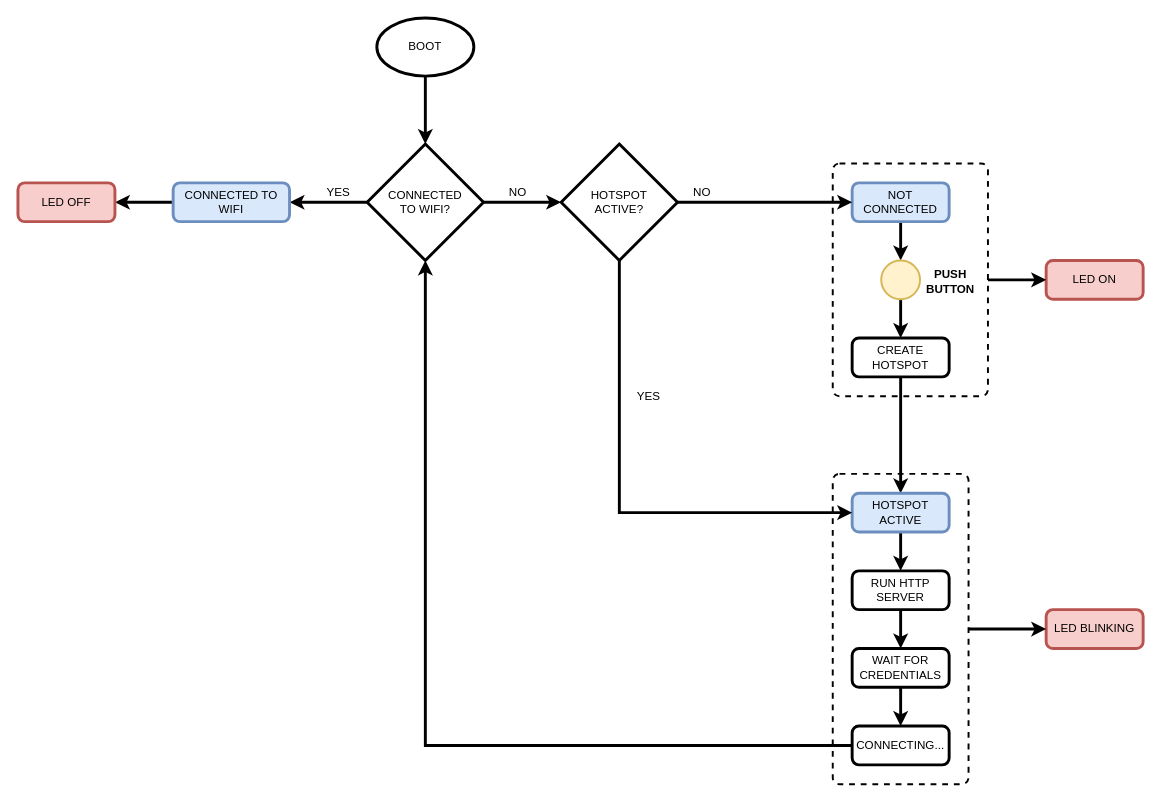
This is network_schema.drawio from leminrock/doc, a draw.io file, before an edit. Source tidied: cells renumbered, new cells numbered last; positions are measured from the earlier drawing's top-left corner, leaving out a move shared by most shapes. Both pictures are drawn from the tidied source at 97%, with x=0, y=0 at pixel (17, 17).
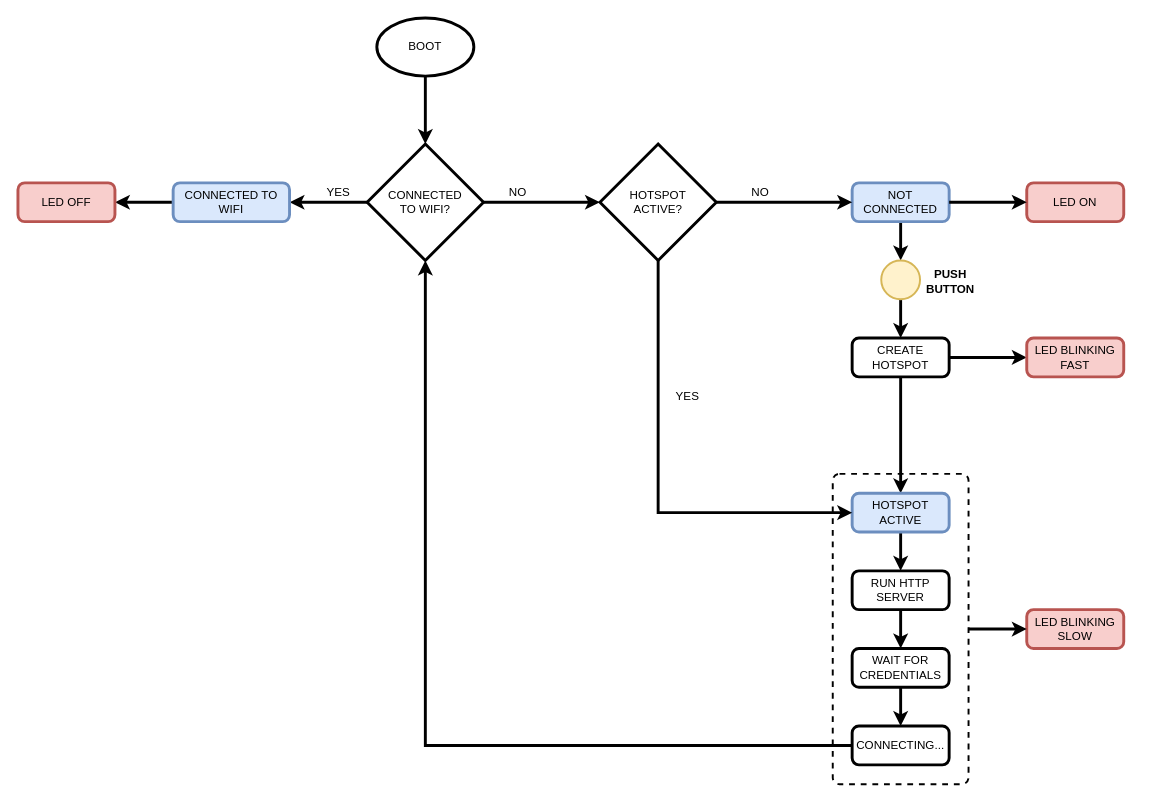
Above is the later version.

Unchanged cells that the change refers to:
```xml
<mxCell id="8" value="NOT CONNECTED" style="rounded=1;whiteSpace=wrap;html=1;absoluteArcSize=1;arcSize=14;strokeWidth=3;fillColor=#dae8fc;strokeColor=#6c8ebf;" parent="1" vertex="1">
  <mxGeometry x="860" y="170" width="100" height="40" as="geometry" />
</mxCell>
<mxCell id="13" value="CREATE HOTSPOT" style="rounded=1;whiteSpace=wrap;html=1;absoluteArcSize=1;arcSize=14;strokeWidth=3;" parent="1" vertex="1">
  <mxGeometry x="860" y="330" width="100" height="40" as="geometry" />
</mxCell>
```

Diff of the diagram source:
```diff
@@
-    <mxCell id="2" style="rounded=1;whiteSpace=wrap;html=1;absoluteArcSize=1;arcSize=14;strokeWidth=2;fillColor=none;dashed=1;" parent="1" vertex="1">
-      <mxGeometry x="840" y="150" width="160" height="240" as="geometry" />
-    </mxCell>
@@
     <mxCell id="11" value="LED ON" style="rounded=1;whiteSpace=wrap;html=1;absoluteArcSize=1;arcSize=14;strokeWidth=3;fillColor=#f8cecc;strokeColor=#b85450;" parent="1" vertex="1">
-      <mxGeometry x="1060" y="250" width="100" height="40" as="geometry" />
+      <mxGeometry x="1040" y="170" width="100" height="40" as="geometry" />
     </mxCell>
@@
+    <mxCell id="38" style="edgeStyle=orthogonalEdgeStyle;rounded=0;jettySize=auto;html=1;entryX=0;entryY=0.5;entryDx=0;entryDy=0;strokeWidth=3;" parent="1" edge="1" source="13" target="39">
+      <mxGeometry relative="1" as="geometry" />
+    </mxCell>
@@
-    <mxCell id="16" value="LED BLINKING" style="rounded=1;whiteSpace=wrap;html=1;absoluteArcSize=1;arcSize=14;strokeWidth=3;fillColor=#f8cecc;strokeColor=#b85450;" parent="1" vertex="1">
-      <mxGeometry x="1060" y="610" width="100" height="40" as="geometry" />
+    <mxCell id="16" value="LED BLINKING&lt;br&gt;SLOW" style="rounded=1;whiteSpace=wrap;html=1;absoluteArcSize=1;arcSize=14;strokeWidth=3;fillColor=#f8cecc;strokeColor=#b85450;" parent="1" vertex="1">
+      <mxGeometry x="1040" y="610" width="100" height="40" as="geometry" />
     </mxCell>
@@
     <mxCell id="28" value="HOTSPOT&lt;br&gt;ACTIVE?" style="strokeWidth=3;html=1;shape=mxgraph.flowchart.decision;whiteSpace=wrap;" parent="1" vertex="1">
-      <mxGeometry x="560" y="130" width="120" height="120" as="geometry" />
+      <mxGeometry x="600" y="130" width="120" height="120" as="geometry" />
     </mxCell>
@@
     <mxCell id="30" value="YES" style="text;html=1;align=center;verticalAlign=middle;strokeColor=none;fillColor=none;" parent="1" vertex="1">
-      <mxGeometry x="630" y="380" width="40" height="20" as="geometry" />
+      <mxGeometry x="670" y="380" width="40" height="20" as="geometry" />
     </mxCell>
     <mxCell id="31" value="NO" style="text;html=1;align=center;verticalAlign=middle;strokeColor=none;fillColor=none;" parent="1" vertex="1">
-      <mxGeometry x="690" y="170" width="30" height="20" as="geometry" />
+      <mxGeometry x="750" y="170" width="30" height="20" as="geometry" />
     </mxCell>
@@
-    <mxCell id="37" style="edgeStyle=orthogonalEdgeStyle;rounded=0;jettySize=auto;html=1;strokeWidth=3;" parent="1" edge="1" source="2" target="11">
+    <mxCell id="37" style="edgeStyle=orthogonalEdgeStyle;rounded=0;jettySize=auto;html=1;strokeWidth=3;exitX=1;exitY=0.5;exitDx=0;exitDy=0;" parent="1" edge="1" source="8" target="11">
       <mxGeometry relative="1" as="geometry" />
     </mxCell>
+    <mxCell id="39" value="LED BLINKING&lt;br&gt;FAST" style="rounded=1;whiteSpace=wrap;html=1;absoluteArcSize=1;arcSize=14;strokeWidth=3;fillColor=#f8cecc;strokeColor=#b85450;" parent="1" vertex="1">
+      <mxGeometry x="1040" y="330" width="100" height="40" as="geometry" />
+    </mxCell>
```
